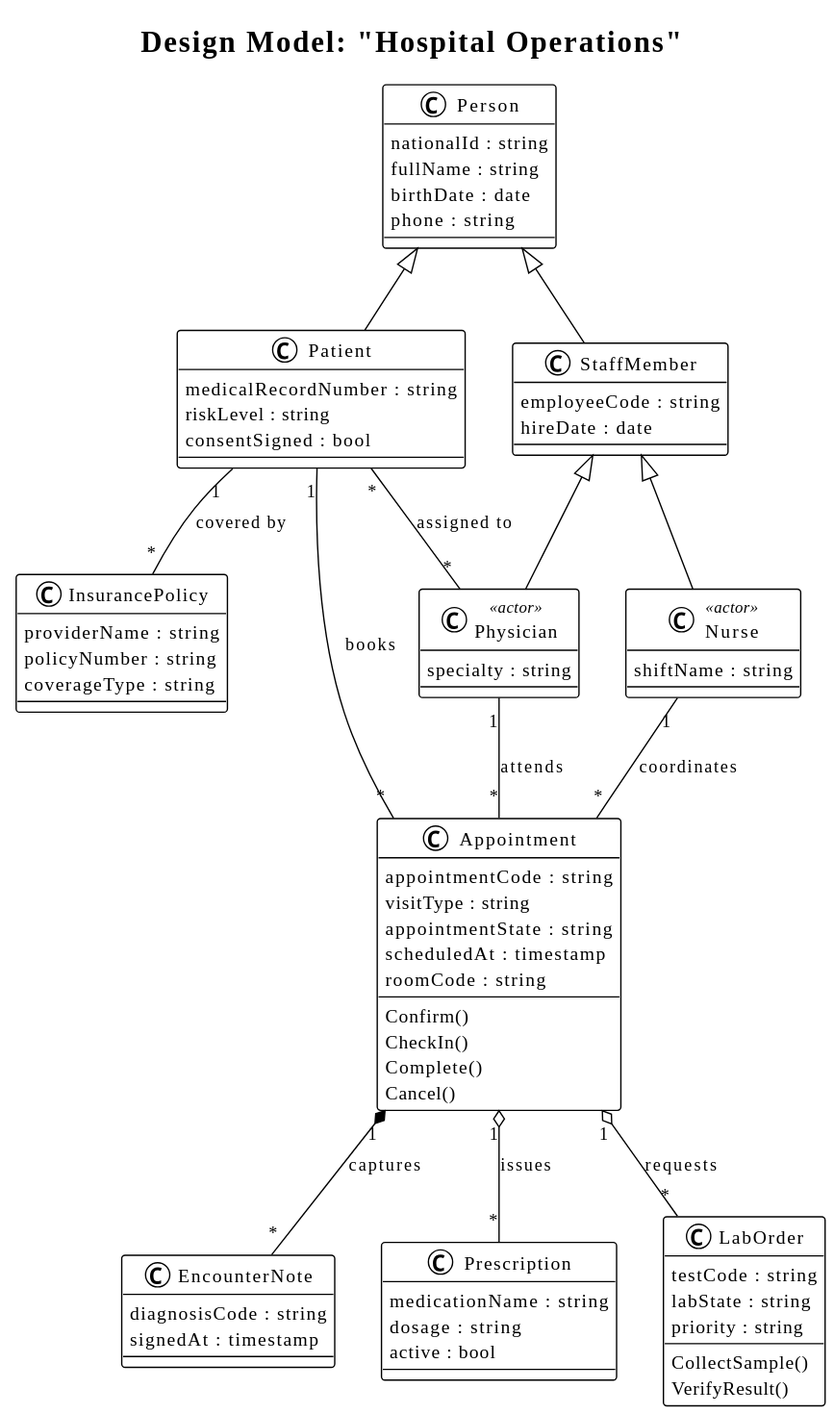
The PlantUML diagram examples/hospital-operations/generated/design/HospitalOperations.design.svg in fredoslav2004/modt-core, before a commit.
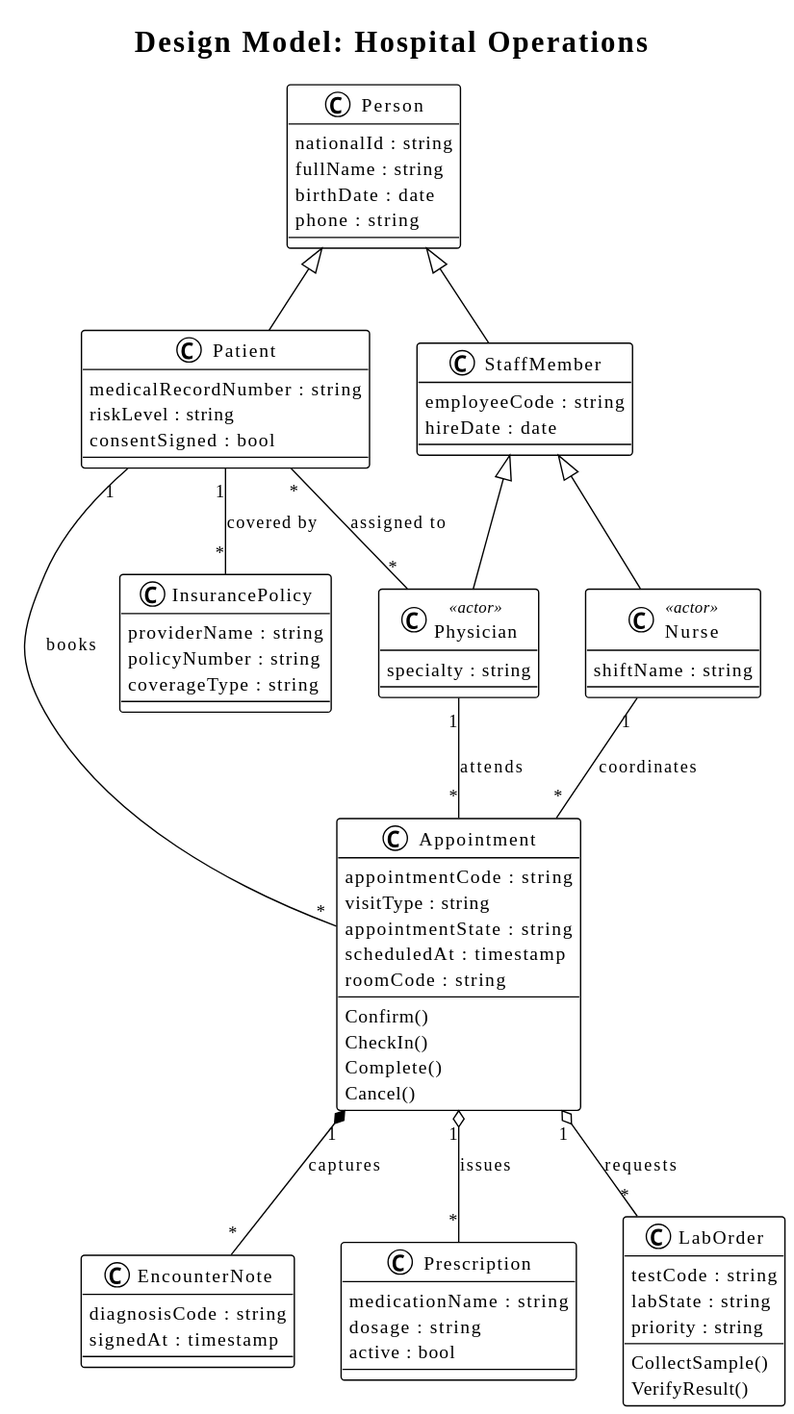
Above is the later version.

Change to the diagram source:
```diff
@@ -1,32 +1,7 @@
 @startuml
-title Design Model: "Hospital Operations"
+title Design Model: Hospital Operations
 !theme plain
 skinparam classAttributeIconSize 0
-class Person {
-  nationalId : string
-  fullName : string
-  birthDate : date
-  phone : string
-}
-class Patient {
-  medicalRecordNumber : string
-  riskLevel : string
-  consentSigned : bool
-}
-Person <|-- Patient
-class StaffMember {
-  employeeCode : string
-  hireDate : date
-}
-Person <|-- StaffMember
-class Physician <<actor>> {
-  specialty : string
-}
-StaffMember <|-- Physician
-class Nurse <<actor>> {
-  shiftName : string
-}
-StaffMember <|-- Nurse
 class Appointment {
   appointmentCode : string
   visitType : string
@@ -59,6 +34,31 @@
   policyNumber : string
   coverageType : string
 }
+class Person {
+  nationalId : string
+  fullName : string
+  birthDate : date
+  phone : string
+}
+class Patient {
+  medicalRecordNumber : string
+  riskLevel : string
+  consentSigned : bool
+}
+Person <|-- Patient
+class StaffMember {
+  employeeCode : string
+  hireDate : date
+}
+Person <|-- StaffMember
+class Physician <<actor>> {
+  specialty : string
+}
+StaffMember <|-- Physician
+class Nurse <<actor>> {
+  shiftName : string
+}
+StaffMember <|-- Nurse
 Patient "1" -- "*" Appointment : books
 Physician "1" -- "*" Appointment : attends
 Nurse "1" -- "*" Appointment : coordinates
```
